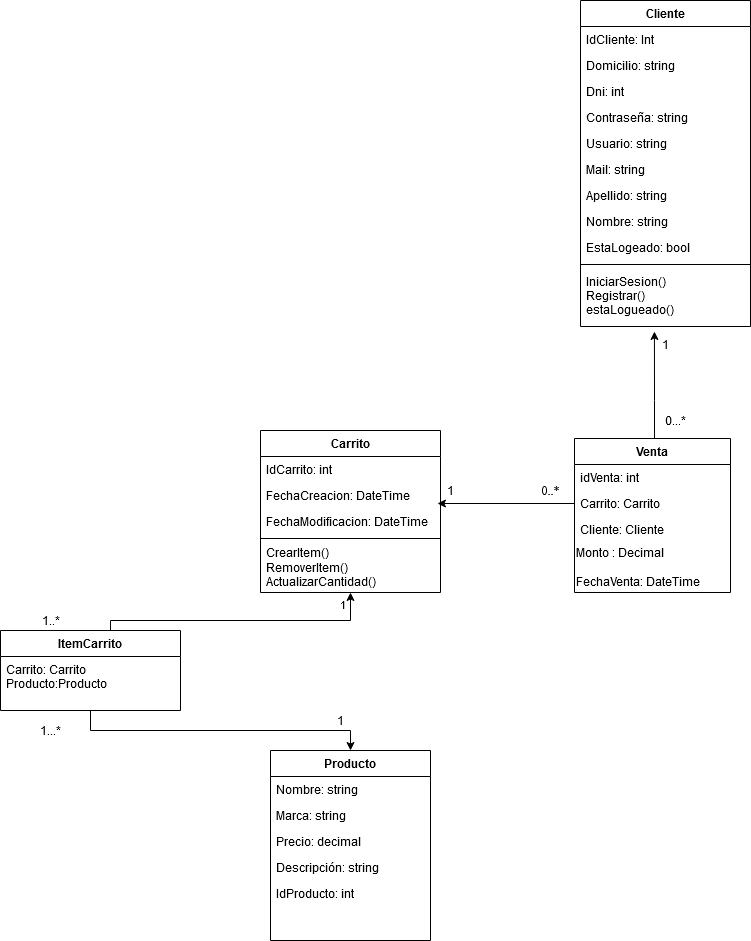
Before: Carrito/01-Carrito.png, a diagram exported from draw.io (pablopioli2/OpenShop). Source tidied: cells renumbered, new cells last; positions are measured from the earlier drawing's top-left corner, leaving out a move shared by most shapes.
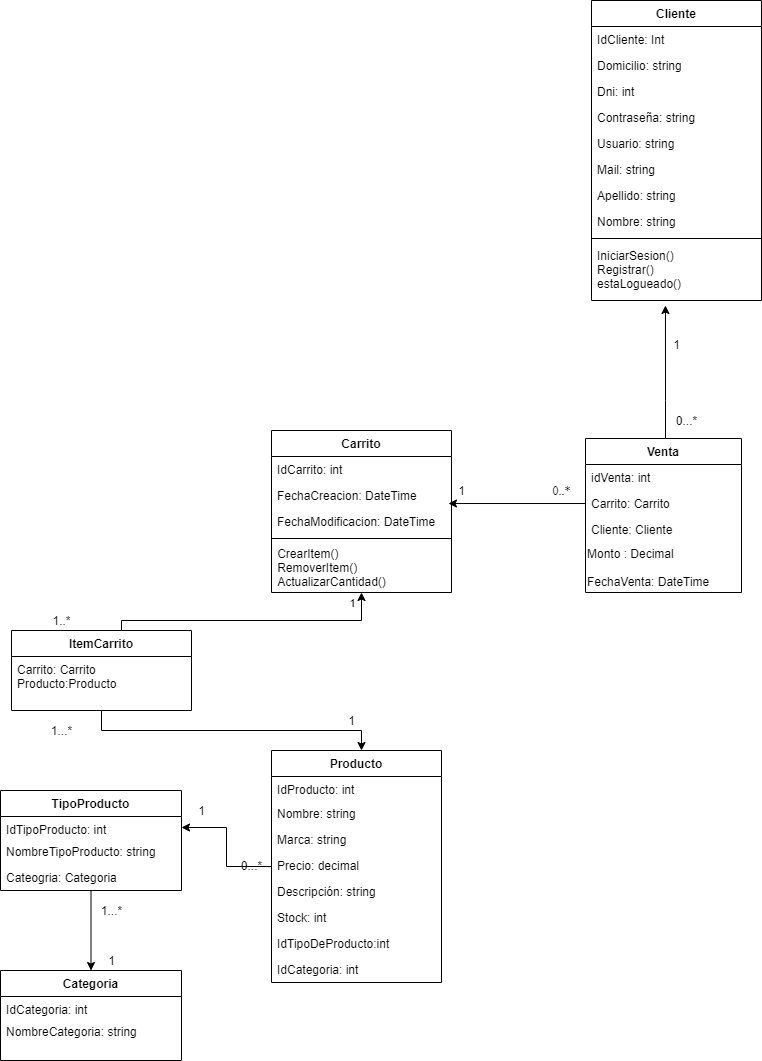
Later version of the same file.

Commit message:
Actualización carrito

What changed in the source:
```diff
@@ -8,24 +8,36 @@
     <mxCell id="3" value="1" style="text;html=1;align=center;verticalAlign=middle;" parent="1" vertex="1">
       <mxGeometry x="655" y="334" width="20" height="20" as="geometry" />
     </mxCell>
+    <mxCell id="45" style="edgeStyle=orthogonalEdgeStyle;rounded=0;jettySize=auto;html=1;" parent="1" edge="1" source="4" target="51">
+      <mxGeometry relative="1" as="geometry" />
+    </mxCell>
     <mxCell id="4" value="Producto" style="swimlane;fontStyle=1;align=center;verticalAlign=top;horizontal=1;startSize=26;rounded=0;shadow=0;strokeWidth=1;" parent="1" vertex="1">
-      <mxGeometry x="270" y="750" width="160" height="190" as="geometry" />
+      <mxGeometry x="260" y="750" width="170" height="232" as="geometry" />
     </mxCell>
+    <mxCell id="9" value="IdProducto: int" style="text;align=left;verticalAlign=top;spacingLeft=4;spacingRight=4;overflow=hidden;" parent="4" vertex="1">
+      <mxGeometry y="26" width="170" height="24" as="geometry" />
+    </mxCell>
     <mxCell id="5" value="Nombre: string" style="text;align=left;verticalAlign=top;spacingLeft=4;spacingRight=4;overflow=hidden;" parent="4" vertex="1">
-      <mxGeometry y="26" width="160" height="26" as="geometry" />
+      <mxGeometry y="50" width="170" height="26" as="geometry" />
     </mxCell>
     <mxCell id="6" value="Marca: string" style="text;align=left;verticalAlign=top;spacingLeft=4;spacingRight=4;overflow=hidden;" parent="4" vertex="1">
-      <mxGeometry y="52" width="160" height="26" as="geometry" />
+      <mxGeometry y="76" width="170" height="26" as="geometry" />
     </mxCell>
     <mxCell id="7" value="Precio: decimal" style="text;align=left;verticalAlign=top;spacingLeft=4;spacingRight=4;overflow=hidden;rounded=0;shadow=0;html=0;" parent="4" vertex="1">
-      <mxGeometry y="78" width="160" height="26" as="geometry" />
+      <mxGeometry y="102" width="170" height="26" as="geometry" />
     </mxCell>
     <mxCell id="8" value="Descripción: string" style="text;align=left;verticalAlign=top;spacingLeft=4;spacingRight=4;overflow=hidden;rounded=0;shadow=0;html=0;" parent="4" vertex="1">
-      <mxGeometry y="104" width="160" height="26" as="geometry" />
+      <mxGeometry y="128" width="170" height="26" as="geometry" />
     </mxCell>
-    <mxCell id="9" value="IdProducto: int" style="text;align=left;verticalAlign=top;spacingLeft=4;spacingRight=4;overflow=hidden;" parent="4" vertex="1">
-      <mxGeometry y="130" width="160" height="54" as="geometry" />
-    </mxCell>
+    <mxCell id="46" value="Stock: int" style="text;align=left;verticalAlign=top;spacingLeft=4;spacingRight=4;overflow=hidden;rounded=0;shadow=0;html=0;" parent="4" vertex="1">
+      <mxGeometry y="154" width="170" height="26" as="geometry" />
+    </mxCell>
+    <mxCell id="47" value="IdTipoDeProducto:int" style="text;align=left;verticalAlign=top;spacingLeft=4;spacingRight=4;overflow=hidden;rounded=0;shadow=0;html=0;" parent="4" vertex="1">
+      <mxGeometry y="180" width="170" height="26" as="geometry" />
+    </mxCell>
+    <mxCell id="48" value="IdCategoria: int" style="text;align=left;verticalAlign=top;spacingLeft=4;spacingRight=4;overflow=hidden;rounded=0;shadow=0;html=0;" parent="4" vertex="1">
+      <mxGeometry y="206" width="170" height="26" as="geometry" />
+    </mxCell>
     <mxCell id="10" style="edgeStyle=orthogonalEdgeStyle;rounded=0;jettySize=auto;html=1;exitX=0.5;exitY=0;exitDx=0;exitDy=0;entryX=0.5;entryY=1;entryDx=0;entryDy=0;" parent="1" edge="1" source="30" target="23">
       <mxGeometry relative="1" as="geometry">
         <Array as="points">
@@ -113,7 +125,7 @@
       </mxGeometry>
     </mxCell>
     <mxCell id="33" value="Cliente" style="swimlane;fontStyle=1;align=center;verticalAlign=top;horizontal=1;startSize=26;" parent="1" vertex="1">
-      <mxGeometry x="580" width="170" height="326" as="geometry" />
+      <mxGeometry x="580" width="170" height="300" as="geometry" />
     </mxCell>
     <mxCell id="34" value="IdCliente: Int" style="text;align=left;verticalAlign=top;spacingLeft=4;spacingRight=4;overflow=hidden;rounded=0;shadow=0;html=0;" parent="33" vertex="1">
       <mxGeometry y="26" width="170" height="26" as="geometry" />
@@ -139,14 +151,47 @@
     <mxCell id="41" value="Nombre: string" style="text;align=left;verticalAlign=top;spacingLeft=4;spacingRight=4;overflow=hidden;rounded=0;shadow=0;html=0;" parent="33" vertex="1">
       <mxGeometry y="208" width="170" height="26" as="geometry" />
     </mxCell>
-    <mxCell id="42" value="EstaLogeado: bool" style="text;align=left;verticalAlign=top;spacingLeft=4;spacingRight=4;overflow=hidden;rounded=0;shadow=0;html=0;" parent="33" vertex="1">
-      <mxGeometry y="234" width="170" height="26" as="geometry" />
-    </mxCell>
     <mxCell id="43" style="line;strokeWidth=1;fillColor=none;align=left;verticalAlign=middle;spacingTop=-1;spacingLeft=3;spacingRight=3;labelPosition=right;" parent="33" vertex="1">
-      <mxGeometry y="260" width="170" height="8" as="geometry" />
+      <mxGeometry y="234" width="170" height="8" as="geometry" />
     </mxCell>
     <mxCell id="44" value="IniciarSesion()&#10;Registrar()&#10;estaLogueado()&#10;" style="text;strokeColor=none;fillColor=none;align=left;verticalAlign=top;spacingLeft=4;spacingRight=4;overflow=hidden;points=[[0,0.5],[1,0.5]];portConstraint=eastwest;" parent="33" vertex="1">
-      <mxGeometry y="268" width="170" height="58" as="geometry" />
+      <mxGeometry y="242" width="170" height="58" as="geometry" />
     </mxCell>
+    <mxCell id="49" style="edgeStyle=orthogonalEdgeStyle;rounded=0;jettySize=auto;html=1;entryX=0.5;entryY=0;entryDx=0;entryDy=0;" parent="1" edge="1" source="50" target="56">
+      <mxGeometry relative="1" as="geometry" />
+    </mxCell>
+    <mxCell id="50" value="TipoProducto" style="swimlane;fontStyle=1;align=center;verticalAlign=top;horizontal=1;startSize=26;rounded=0;shadow=0;strokeWidth=1;" parent="1" vertex="1">
+      <mxGeometry x="-11" y="790" width="181" height="100" as="geometry" />
+    </mxCell>
+    <mxCell id="51" value="IdTipoProducto: int" style="text;align=left;verticalAlign=top;spacingLeft=4;spacingRight=4;overflow=hidden;points=[[0,0.5],[1,0.5]];portConstraint=eastwest;" parent="50" vertex="1">
+      <mxGeometry y="26" width="181" height="22" as="geometry" />
+    </mxCell>
+    <mxCell id="52" value="NombreTipoProducto: string" style="text;align=left;verticalAlign=top;spacingLeft=4;spacingRight=4;overflow=hidden;" parent="50" vertex="1">
+      <mxGeometry y="48" width="181" height="26" as="geometry" />
+    </mxCell>
+    <mxCell id="53" value="Cateogria: Categoria " style="text;align=left;verticalAlign=top;spacingLeft=4;spacingRight=4;overflow=hidden;" parent="50" vertex="1">
+      <mxGeometry y="74" width="181" height="26" as="geometry" />
+    </mxCell>
+    <mxCell id="54" value="0...*" style="text;html=1;align=center;verticalAlign=middle;" parent="1" vertex="1">
+      <mxGeometry x="220" y="855" width="40" height="20" as="geometry" />
+    </mxCell>
+    <mxCell id="55" value="1" style="text;html=1;align=center;verticalAlign=middle;" parent="1" vertex="1">
+      <mxGeometry x="180" y="800" width="20" height="20" as="geometry" />
+    </mxCell>
+    <mxCell id="56" value="Categoria" style="swimlane;fontStyle=1;align=center;verticalAlign=top;horizontal=1;startSize=26;rounded=0;shadow=0;strokeWidth=1;" parent="1" vertex="1">
+      <mxGeometry x="-11" y="970" width="181" height="90" as="geometry" />
+    </mxCell>
+    <mxCell id="57" value="IdCategoria: int" style="text;align=left;verticalAlign=top;spacingLeft=4;spacingRight=4;overflow=hidden;" parent="56" vertex="1">
+      <mxGeometry y="26" width="181" height="22" as="geometry" />
+    </mxCell>
+    <mxCell id="58" value="NombreCategoria: string" style="text;align=left;verticalAlign=top;spacingLeft=4;spacingRight=4;overflow=hidden;" parent="56" vertex="1">
+      <mxGeometry y="48" width="181" height="26" as="geometry" />
+    </mxCell>
+    <mxCell id="59" value="1" style="text;html=1;align=center;verticalAlign=middle;" parent="1" vertex="1">
+      <mxGeometry x="90" y="950" width="20" height="20" as="geometry" />
+    </mxCell>
+    <mxCell id="60" value="1...*" style="text;html=1;align=center;verticalAlign=middle;" parent="1" vertex="1">
+      <mxGeometry x="80" y="900" width="40" height="20" as="geometry" />
+    </mxCell>
   </root>
 </mxGraphModel>
```
